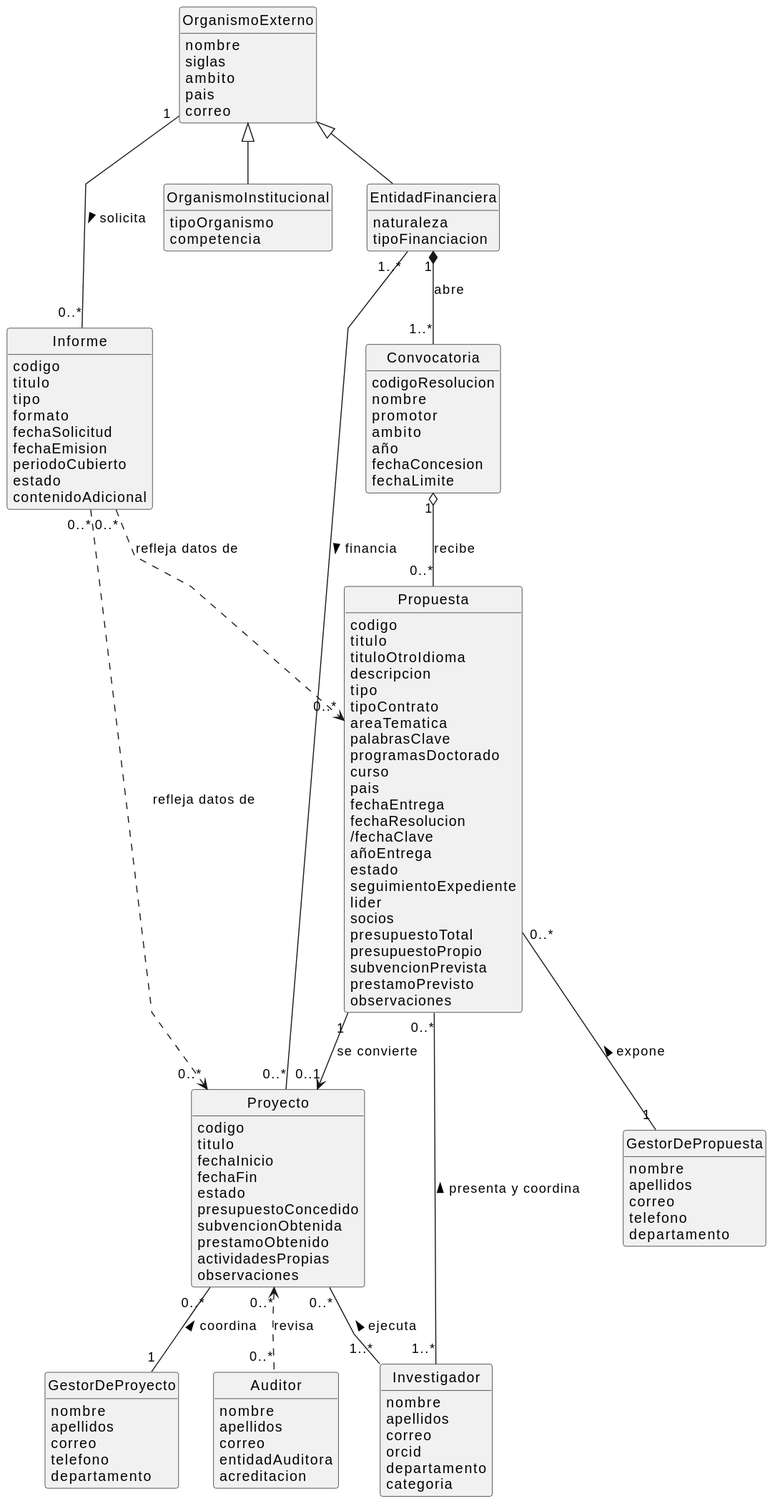
This is images/00-modelo-del-dominio/diagrama-de-clases-formal.svg from Angelo2272/26-27-IdSw1-SDR, a PlantUML export, as it was before one commit.
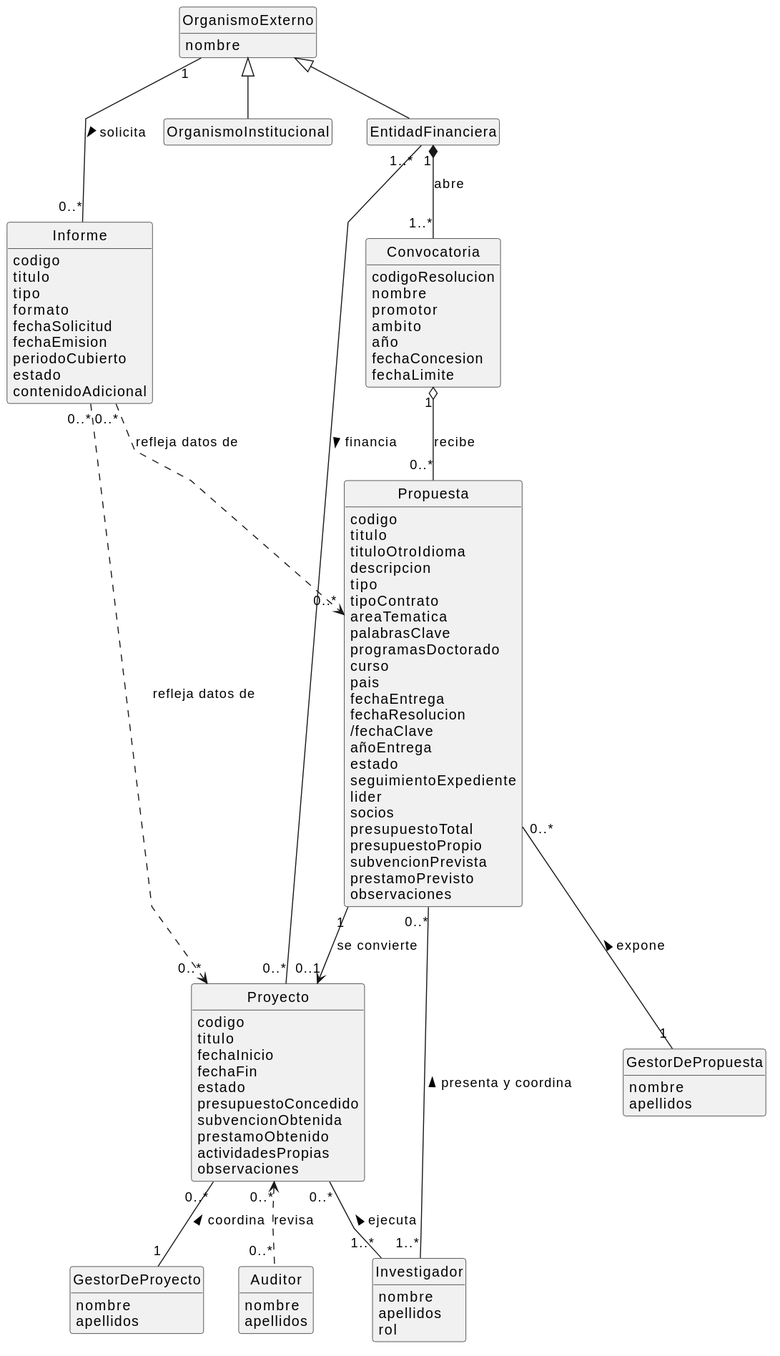
The same diagram one commit later.

Diff of the diagram source:
```diff
@@ -41,21 +41,13 @@
 }
 
 class EntidadFinanciera {
-  naturaleza
-  tipoFinanciacion
 }
 
 class OrganismoExterno {
   nombre
-  siglas
-  ambito
-  pais
-  correo
 }
 
 class OrganismoInstitucional {
-  tipoOrganismo
-  competencia
 }
 
 class Informe {
@@ -73,18 +65,12 @@
 class Investigador {
   nombre
   apellidos
-  correo
-  orcid
-  departamento
-  categoria
+rol
 }
 
 class Auditor {
   nombre
   apellidos
-  correo
-  entidadAuditora
-  acreditacion
 }
 
 class Proyecto {
@@ -103,17 +89,12 @@
 class GestorDeProyecto {
   nombre
   apellidos
-  correo
-  telefono
-  departamento
 }
 
 class GestorDePropuesta {
   nombre
   apellidos
-  correo
-  telefono
-  departamento
+
 }
 
 Propuesta "0..*" -d- "1" GestorDePropuesta : expone <
@@ -121,6 +102,7 @@
 
 OrganismoExterno <|-- EntidadFinanciera
 OrganismoExterno <|-- OrganismoInstitucional
+
 
 EntidadFinanciera "1" *-- "1..*" Convocatoria : abre
 Propuesta "1" --> "0..1" Proyecto : se convierte
```
